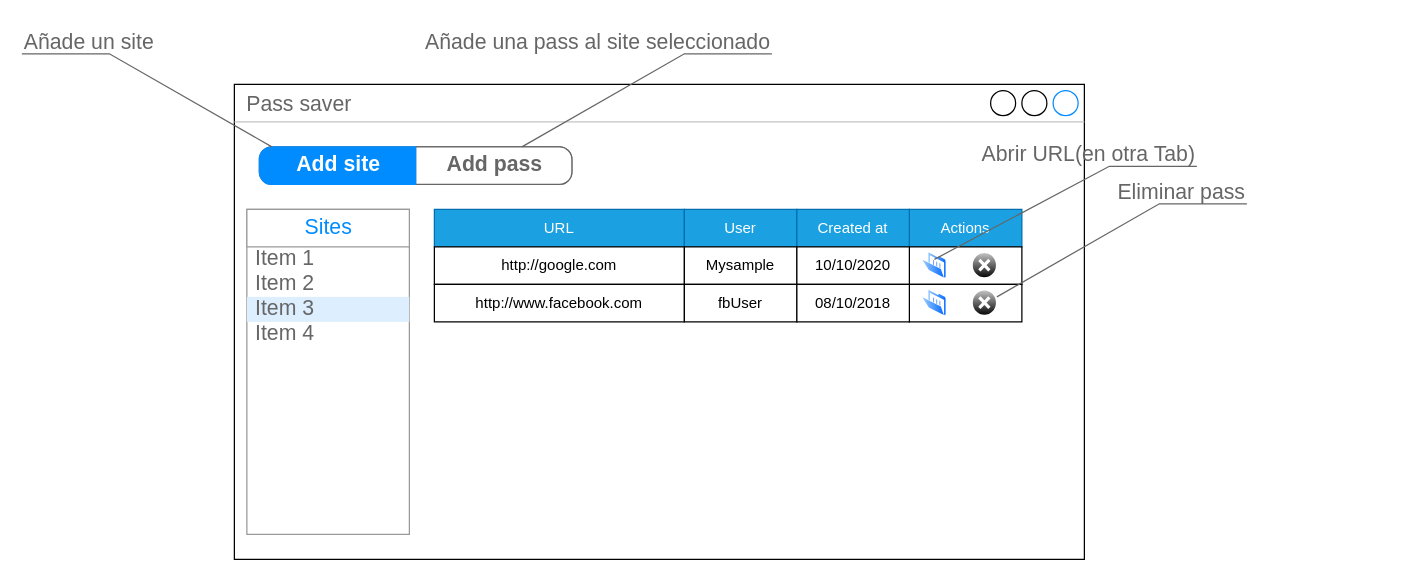
This is page "Main page" (1 of 3) of mockups.drawio from ohierro/training-daw-2020-projects, a draw.io file, before an edit. Source tidied: cells renumbered, new cells numbered last; positions are measured from the earlier drawing's top-left corner, leaving out a move shared by most shapes. Both pictures are drawn from the tidied source at 125%, with x=0, y=0 at pixel (21, 21).
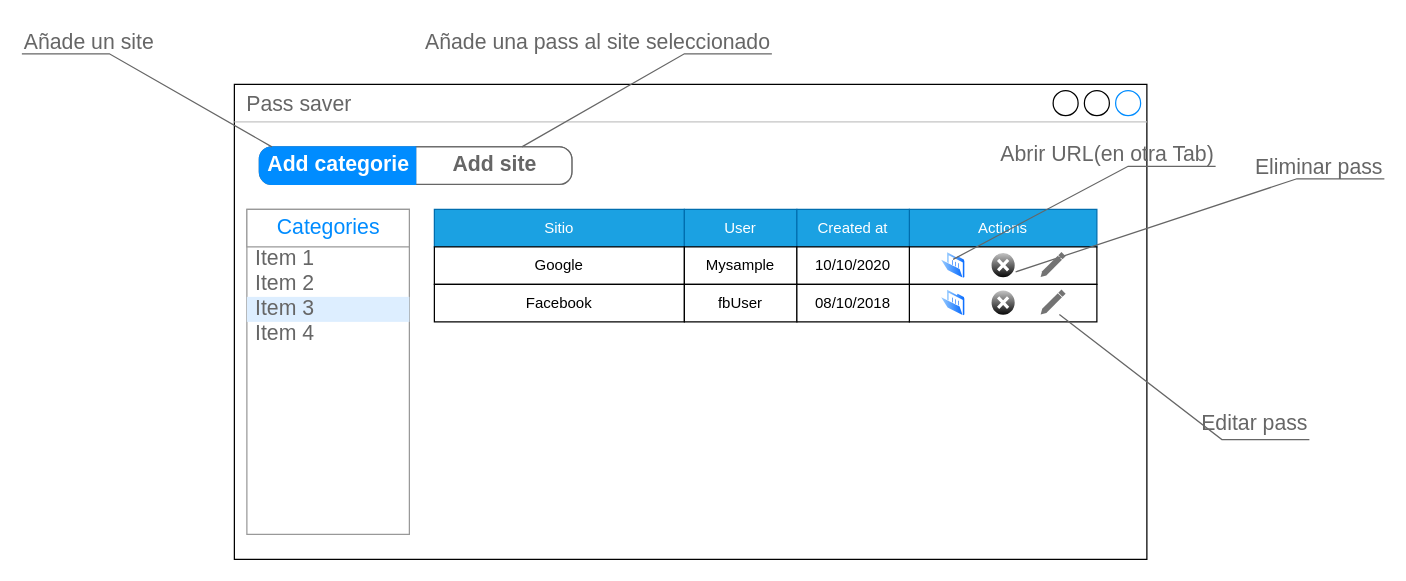
After the change.

Unchanged cells that the change refers to:
```xml
<mxCell id="3" style="strokeWidth=1;shadow=0;dashed=0;align=center;html=1;shape=mxgraph.mockup.forms.rrect;rSize=0;strokeColor=#999999;fillColor=#ffffff;" parent="1" vertex="1">
  <mxGeometry x="180" y="150" width="130" height="260" as="geometry" />
</mxCell>
<mxCell id="9" style="strokeWidth=1;shadow=0;dashed=0;align=center;html=1;shape=mxgraph.mockup.rrect;rSize=10;fillColor=#ffffff;strokeColor=#666666;" parent="1" vertex="1">
  <mxGeometry x="190" y="100" width="250" height="30" as="geometry" />
</mxCell>
```

Diff of the diagram source:
```diff
@@
     <mxCell id="2" value="Pass saver" style="strokeWidth=1;shadow=0;dashed=0;align=center;html=1;shape=mxgraph.mockup.containers.window;align=left;verticalAlign=top;spacingLeft=8;strokeColor2=#008cff;strokeColor3=#c4c4c4;fontColor=#666666;mainText=;fontSize=17;labelBackgroundColor=none;" parent="1" vertex="1">
-      <mxGeometry x="170" y="50" width="680" height="380" as="geometry" />
+      <mxGeometry x="170" y="50" width="730" height="380" as="geometry" />
     </mxCell>
@@
-    <mxCell id="4" value="Sites" style="strokeWidth=1;shadow=0;dashed=0;align=center;html=1;shape=mxgraph.mockup.forms.rrect;rSize=0;strokeColor=#999999;fontColor=#008cff;fontSize=17;fillColor=#ffffff;" parent="3" vertex="1">
+    <mxCell id="4" value="Categories" style="strokeWidth=1;shadow=0;dashed=0;align=center;html=1;shape=mxgraph.mockup.forms.rrect;rSize=0;strokeColor=#999999;fontColor=#008cff;fontSize=17;fillColor=#ffffff;" parent="3" vertex="1">
       <mxGeometry width="130" height="30" relative="1" as="geometry" />
     </mxCell>
@@
-    <mxCell id="10" value="Add pass" style="strokeColor=inherit;fillColor=inherit;gradientColor=inherit;strokeWidth=1;shadow=0;dashed=0;align=center;html=1;shape=mxgraph.mockup.rightButton;rSize=10;fontSize=17;fontColor=#666666;fontStyle=1;" parent="9" vertex="1">
+    <mxCell id="10" value="Add site" style="strokeColor=inherit;fillColor=inherit;gradientColor=inherit;strokeWidth=1;shadow=0;dashed=0;align=center;html=1;shape=mxgraph.mockup.rightButton;rSize=10;fontSize=17;fontColor=#666666;fontStyle=1;" parent="9" vertex="1">
       <mxGeometry x="1" width="125" height="30" relative="1" as="geometry">
         <mxPoint x="-125" as="offset" />
       </mxGeometry>
     </mxCell>
-    <mxCell id="11" value="Add site" style="strokeWidth=1;shadow=0;dashed=0;align=center;html=1;shape=mxgraph.mockup.leftButton;rSize=10;fontSize=17;fontColor=#ffffff;fontStyle=1;fillColor=#008cff;strokeColor=#008cff;" parent="9" vertex="1">
+    <mxCell id="11" value="Add categorie" style="strokeWidth=1;shadow=0;dashed=0;align=center;html=1;shape=mxgraph.mockup.leftButton;rSize=10;fontSize=17;fontColor=#ffffff;fontStyle=1;fillColor=#008cff;strokeColor=#008cff;" parent="9" vertex="1">
       <mxGeometry width="125" height="30" relative="1" as="geometry" />
     </mxCell>
-    <mxCell id="12" value="URL" style="rounded=0;whiteSpace=wrap;html=1;fillColor=#1ba1e2;strokeColor=#006EAF;fontColor=#ffffff;" parent="1" vertex="1">
+    <mxCell id="12" value="Sitio" style="rounded=0;whiteSpace=wrap;html=1;fillColor=#1ba1e2;strokeColor=#006EAF;fontColor=#ffffff;" parent="1" vertex="1">
       <mxGeometry x="330" y="150" width="200" height="30" as="geometry" />
     </mxCell>
@@
     <mxCell id="14" value="Actions" style="rounded=0;whiteSpace=wrap;html=1;fillColor=#1ba1e2;strokeColor=#006EAF;fontColor=#ffffff;" parent="1" vertex="1">
-      <mxGeometry x="710" y="150" width="90" height="30" as="geometry" />
+      <mxGeometry x="710" y="150" width="150" height="30" as="geometry" />
     </mxCell>
@@
-    <mxCell id="16" value="http://google.com" style="rounded=0;whiteSpace=wrap;html=1;" parent="1" vertex="1">
+    <mxCell id="16" value="Google" style="rounded=0;whiteSpace=wrap;html=1;" parent="1" vertex="1">
       <mxGeometry x="330" y="180" width="200" height="30" as="geometry" />
     </mxCell>
@@
     <mxCell id="18" style="rounded=0;whiteSpace=wrap;html=1;" parent="1" vertex="1">
-      <mxGeometry x="710" y="180" width="90" height="30" as="geometry" />
+      <mxGeometry x="710" y="180" width="150" height="30" as="geometry" />
     </mxCell>
@@
-    <mxCell id="20" value="http://www.facebook.com" style="rounded=0;whiteSpace=wrap;html=1;" parent="1" vertex="1">
+    <mxCell id="20" value="Facebook" style="rounded=0;whiteSpace=wrap;html=1;" parent="1" vertex="1">
       <mxGeometry x="330" y="210" width="200" height="30" as="geometry" />
     </mxCell>
@@
     <mxCell id="22" style="rounded=0;whiteSpace=wrap;html=1;" parent="1" vertex="1">
-      <mxGeometry x="710" y="210" width="90" height="30" as="geometry" />
+      <mxGeometry x="710" y="210" width="150" height="30" as="geometry" />
     </mxCell>
@@
     <mxCell id="24" style="verticalLabelPosition=bottom;verticalAlign=top;html=1;shadow=0;dashed=0;strokeWidth=1;shape=mxgraph.ios.iDeleteApp;fillColor=#cccccc;fillColor2=#000000;strokeColor=#ffffff;" parent="1" vertex="1">
-      <mxGeometry x="760" y="184.1" width="20" height="21" as="geometry" />
+      <mxGeometry x="775" y="184.1" width="20" height="21" as="geometry" />
     </mxCell>
     <mxCell id="25" style="perimeter=ellipsePerimeter;html=1;align=center;shadow=0;dashed=0;spacingTop=3;image;image=img/lib/active_directory/folder_open.svg;" parent="1" vertex="1">
-      <mxGeometry x="720" y="184.1" width="20" height="21.7" as="geometry" />
+      <mxGeometry x="735" y="184.1" width="20" height="21.7" as="geometry" />
     </mxCell>
     <mxCell id="26" style="verticalLabelPosition=bottom;verticalAlign=top;html=1;shadow=0;dashed=0;strokeWidth=1;shape=mxgraph.ios.iDeleteApp;fillColor=#cccccc;fillColor2=#000000;strokeColor=#ffffff;" parent="1" vertex="1">
-      <mxGeometry x="760" y="214.1" width="20" height="21" as="geometry" />
+      <mxGeometry x="775" y="214.1" width="20" height="21" as="geometry" />
     </mxCell>
     <mxCell id="27" style="perimeter=ellipsePerimeter;html=1;align=center;shadow=0;dashed=0;spacingTop=3;image;image=img/lib/active_directory/folder_open.svg;" parent="1" vertex="1">
-      <mxGeometry x="720" y="214.1" width="20" height="21.7" as="geometry" />
+      <mxGeometry x="735" y="214.1" width="20" height="21.7" as="geometry" />
     </mxCell>
     <mxCell id="28" value="Abrir URL(en otra Tab)" style="strokeWidth=1;shadow=0;dashed=0;align=center;html=1;shape=mxgraph.mockup.text.callout;linkText=;textSize=17;textColor=#666666;callDir=NE;callStyle=line;fontSize=17;fontColor=#666666;align=right;verticalAlign=top;strokeColor=#666666;" parent="1" vertex="1">
-      <mxGeometry x="730" y="90" width="210" height="100" as="geometry" />
+      <mxGeometry x="745" y="90" width="210" height="100" as="geometry" />
     </mxCell>
     <mxCell id="29" value="Eliminar pass" style="strokeWidth=1;shadow=0;dashed=0;align=center;html=1;shape=mxgraph.mockup.text.callout;linkText=;textSize=17;textColor=#666666;callDir=NE;callStyle=line;fontSize=17;fontColor=#666666;align=right;verticalAlign=top;strokeColor=#666666;" parent="1" vertex="1">
-      <mxGeometry x="780" y="120" width="200" height="100" as="geometry" />
+      <mxGeometry x="795" y="100" width="295" height="100" as="geometry" />
     </mxCell>
@@
+    <mxCell id="32" style="dashed=0;verticalLabelPosition=bottom;verticalAlign=top;align=center;shape=mxgraph.gmdl.edit;strokeColor=none;fillColor=#737373;shadow=0;" parent="1" vertex="1">
+      <mxGeometry x="815" y="184.1" width="20" height="20" as="geometry" />
+    </mxCell>
+    <mxCell id="33" value="Editar pass" style="strokeWidth=1;shadow=0;dashed=0;align=center;html=1;shape=mxgraph.mockup.text.callout;linkText=;textSize=17;textColor=#666666;callDir=SE;callStyle=line;fontSize=17;fontColor=#666666;align=right;verticalAlign=bottom;strokeColor=#666666;" parent="1" vertex="1">
+      <mxGeometry x="830" y="234.1" width="200" height="100" as="geometry" />
+    </mxCell>
+    <mxCell id="34" style="dashed=0;verticalLabelPosition=bottom;verticalAlign=top;align=center;shape=mxgraph.gmdl.edit;strokeColor=none;fillColor=#737373;shadow=0;" parent="1" vertex="1">
+      <mxGeometry x="815" y="214.1" width="20" height="20" as="geometry" />
+    </mxCell>
```
